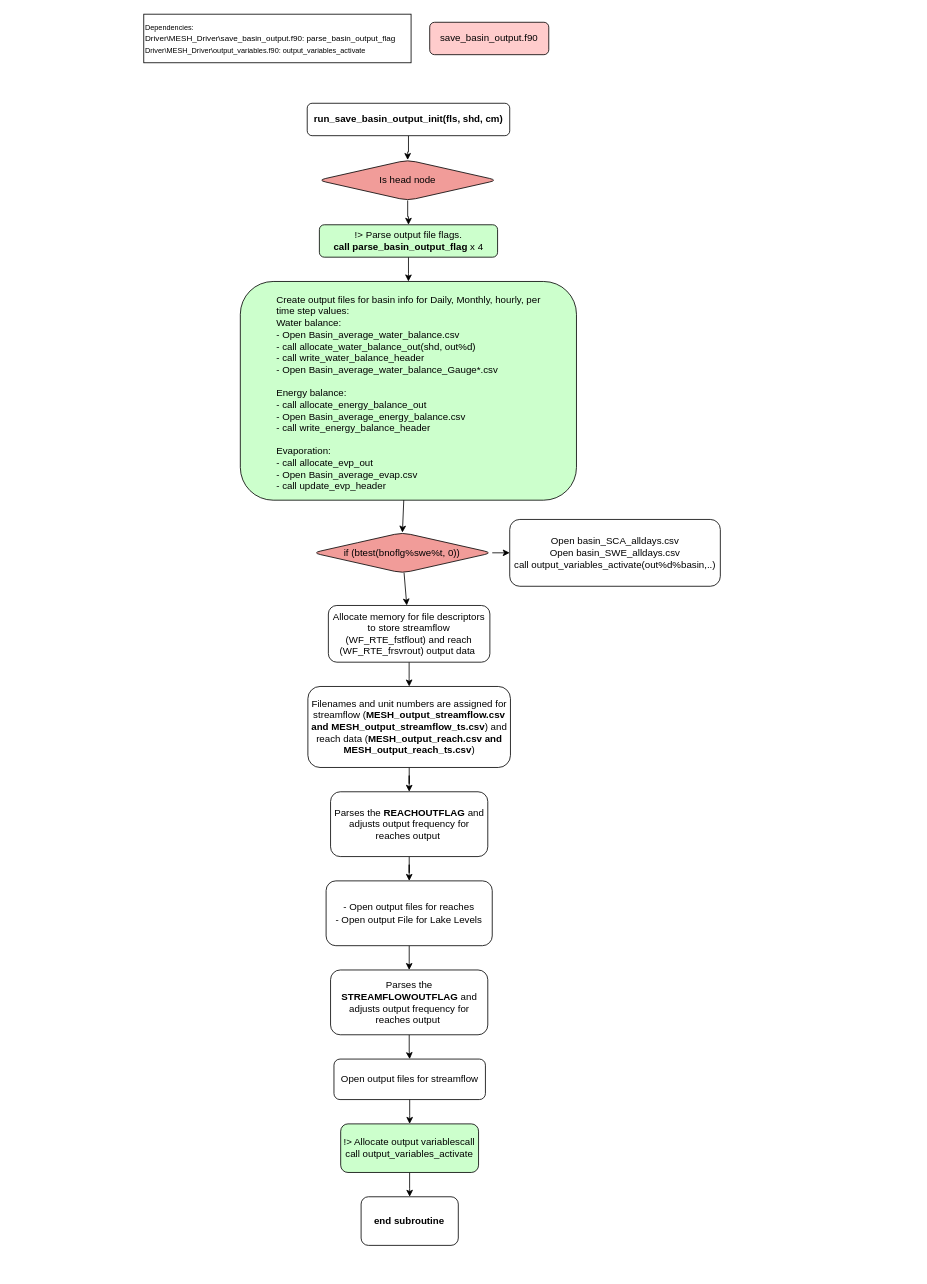
MeshMapping/r1749_Mappings keeps this draw.io diagram as save_basin_output.drawio. Above is the earlier version. Source tidied: cells renumbered, new cells numbered last; positions are measured from the earlier drawing's top-left corner, leaving out a move shared by most shapes. Both pictures are drawn from the tidied source at 81%, with x=0, y=0 at pixel (143, 14).
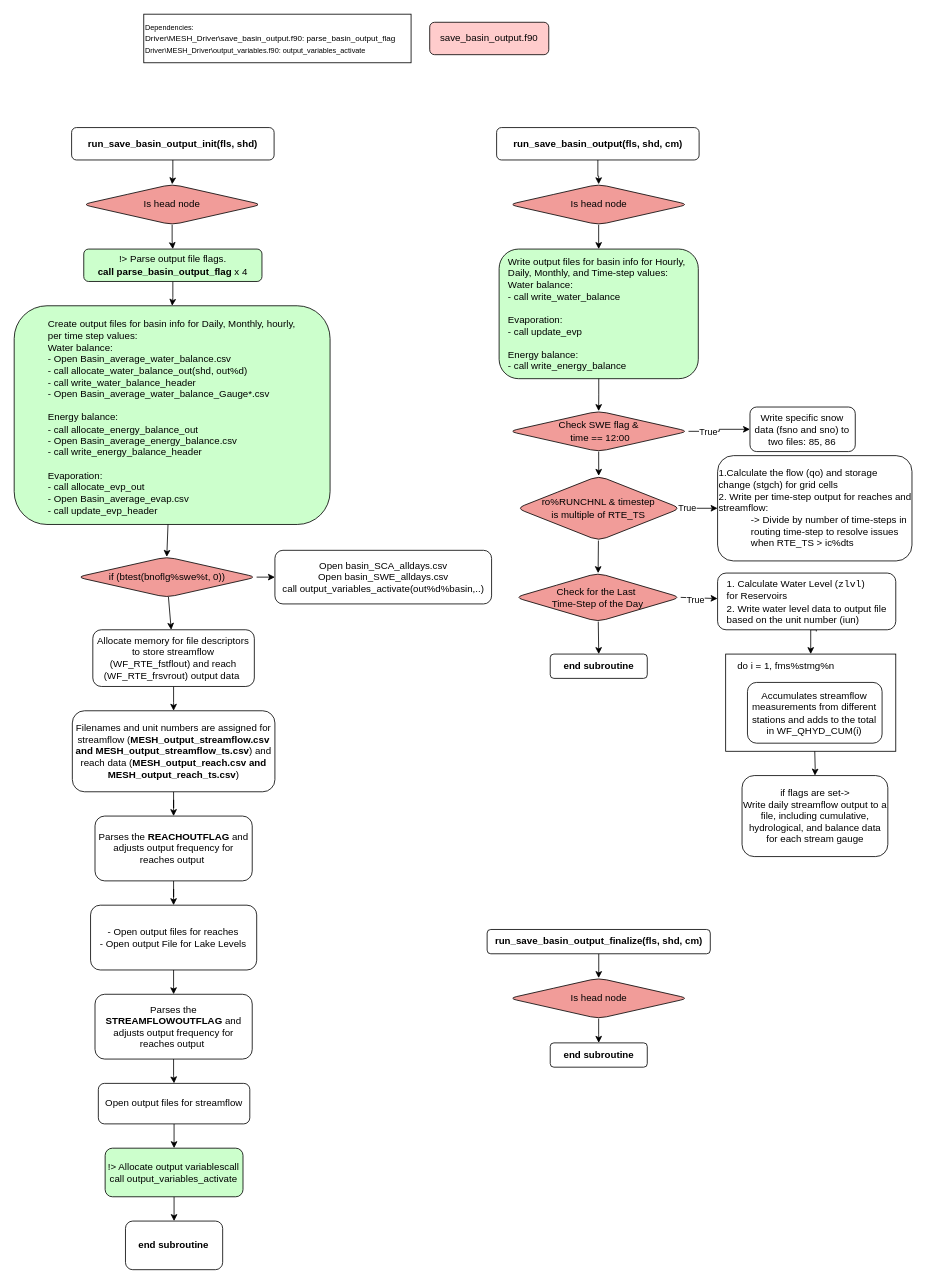
After the change.

The edit, as a diff of the source:
```diff
@@
-    <mxCell id="4" value="run_save_basin_output_init(fls, shd, cm)" style="rounded=1;whiteSpace=wrap;html=1;fontStyle=1;" parent="1" vertex="1">
-      <mxGeometry x="201.8" y="110" width="250" height="40" as="geometry" />
+    <mxCell id="4" value="run_save_basin_output_init(fls, shd)" style="rounded=1;whiteSpace=wrap;html=1;fontStyle=1;" parent="1" vertex="1">
+      <mxGeometry x="-89.1" y="140" width="250" height="40" as="geometry" />
     </mxCell>
@@
     <mxCell id="7" value="&lt;span style=&quot;font-weight: normal;&quot;&gt;Is head node&lt;/span&gt;" style="rhombus;whiteSpace=wrap;html=1;rounded=1;fontStyle=1;fillColor=#F19C99;" parent="1" vertex="1">
-      <mxGeometry x="214.9" y="180" width="221.8" height="50" as="geometry" />
+      <mxGeometry x="-75.9" y="210" width="221.8" height="50" as="geometry" />
     </mxCell>
@@
     <mxCell id="9" value="&lt;span style=&quot;font-weight: normal;&quot;&gt;!&amp;gt; Parse output file flags.&lt;/span&gt;&lt;div&gt;call parse_basin_output_flag&amp;nbsp;&lt;span style=&quot;font-weight: normal;&quot;&gt;x 4&lt;/span&gt;&lt;br&gt;&lt;/div&gt;" style="rounded=1;whiteSpace=wrap;html=1;fontStyle=1;fillColor=#CCFFCC;" parent="1" vertex="1">
-      <mxGeometry x="216.8" y="260" width="220" height="40" as="geometry" />
+      <mxGeometry x="-74.1" y="290" width="220" height="40" as="geometry" />
     </mxCell>
     <mxCell id="10" style="group;" parent="1" vertex="1">
-      <mxGeometry x="119.2" y="330" width="415" height="270" as="geometry" />
+      <mxGeometry x="-160" y="360" width="390" height="270" as="geometry" />
     </mxCell>
     <mxCell id="11" value="&lt;div&gt;&lt;div style=&quot;text-align: left;&quot;&gt;&lt;br&gt;&lt;/div&gt;&lt;/div&gt;" style="whiteSpace=wrap;html=1;fillColor=#CCFFCC;rounded=1;fontStyle=1;" parent="10" vertex="1">
-      <mxGeometry width="415" height="270" as="geometry" />
+      <mxGeometry width="390" height="270" as="geometry" />
     </mxCell>
     <mxCell id="12" value="&lt;div&gt;Create output files for basin info for Daily, Monthly, hourly, per time step values:&lt;/div&gt;&lt;div&gt;Water balance:&lt;/div&gt;&lt;div&gt;- Open Basin_average_water_balance.csv&lt;/div&gt;&lt;div&gt;- call allocate_water_balance_out(shd, out%d)&lt;/div&gt;&lt;div&gt;&lt;span style=&quot;background-color: initial;&quot;&gt;- call write_water_balance_header&lt;/span&gt;&lt;br&gt;&lt;/div&gt;&lt;div&gt;- Open Basin_average_water_balance_Gauge*.csv&lt;span style=&quot;background-color: initial;&quot;&gt;&lt;br&gt;&lt;/span&gt;&lt;/div&gt;&lt;div&gt;&lt;br&gt;&lt;/div&gt;&lt;div&gt;Energy balance:&lt;/div&gt;&lt;div&gt;- call allocate_energy_balance_out&lt;/div&gt;&lt;div&gt;- Open Basin_average_energy_balance.csv&lt;br&gt;&lt;/div&gt;&lt;div&gt;- call write_energy_balance_header&lt;/div&gt;&lt;div&gt;&lt;br&gt;&lt;/div&gt;&lt;div&gt;Evaporation:&lt;/div&gt;&lt;div&gt;- call allocate_evp_out&lt;br&gt;&lt;/div&gt;&lt;div&gt;- Open Basin_average_evap.csv&lt;br&gt;&lt;/div&gt;&lt;div&gt;- call update_evp_header&lt;/div&gt;&lt;div&gt;&lt;br&gt;&lt;/div&gt;" style="text;html=1;align=left;verticalAlign=middle;whiteSpace=wrap;rounded=0;" parent="10" vertex="1">
-      <mxGeometry x="43" y="30" width="337" height="230" as="geometry" />
+      <mxGeometry x="40.4" y="30" width="316.7" height="230" as="geometry" />
     </mxCell>
     <mxCell id="13" value="Open&amp;nbsp;basin_SCA_alldays.csv&lt;div&gt;Open&amp;nbsp;basin_SWE_alldays.csv&lt;br&gt;call output_variables_activate(out%d%basin,..)&lt;br&gt;&lt;/div&gt;" style="rounded=1;whiteSpace=wrap;html=1;" parent="1" vertex="1">
-      <mxGeometry x="451.8" y="623.8" width="260" height="82.5" as="geometry" />
+      <mxGeometry x="161.9" y="661.9" width="267.5" height="66.2" as="geometry" />
     </mxCell>
@@
     <mxCell id="16" value="&lt;span style=&quot;font-weight: 400;&quot;&gt;if (btest(bnoflg%swe%t, 0))&lt;/span&gt;" style="rhombus;whiteSpace=wrap;html=1;rounded=1;fontStyle=1;fillColor=#F19C99;" parent="1" vertex="1">
-      <mxGeometry x="208.4" y="640" width="221.8" height="50" as="geometry" />
+      <mxGeometry x="-82.5" y="670" width="221.8" height="50" as="geometry" />
     </mxCell>
@@
     <mxCell id="19" value="&lt;div&gt;&lt;span style=&quot;font-weight: 400;&quot;&gt;Allocate memory for file descriptors to store streamflow (&lt;/span&gt;&lt;span style=&quot;background-color: initial; font-weight: 400;&quot;&gt;WF_RTE_fstflout)&amp;nbsp;&lt;/span&gt;&lt;span style=&quot;font-weight: 400; background-color: initial;&quot;&gt;and reach (&lt;/span&gt;&lt;span style=&quot;background-color: initial; font-weight: 400;&quot;&gt;WF_RTE_frsvrout)&lt;/span&gt;&lt;span style=&quot;background-color: initial; font-weight: 400;&quot;&gt;&amp;nbsp;output data&amp;nbsp;&lt;/span&gt;&lt;/div&gt;" style="whiteSpace=wrap;html=1;fillColor=#FFFFFF;rounded=1;fontStyle=1;" parent="1" vertex="1">
-      <mxGeometry x="227.9" y="730" width="199.4" height="70" as="geometry" />
+      <mxGeometry x="-62.9" y="760" width="199.4" height="70" as="geometry" />
     </mxCell>
@@
     <mxCell id="21" value="&lt;span style=&quot;font-weight: normal;&quot;&gt;Filenames and unit numbers are assigned for streamflow (&lt;/span&gt;MESH_output_streamflow.csv and MESH_output_streamflow_ts.csv&lt;span style=&quot;font-weight: normal;&quot;&gt;) and reach data (&lt;/span&gt;MESH_output_reach.csv and MESH_output_reach_ts.csv&lt;span style=&quot;font-weight: normal;&quot;&gt;)&lt;/span&gt;" style="whiteSpace=wrap;html=1;fillColor=#FFFFFF;rounded=1;fontStyle=1;" parent="1" vertex="1">
-      <mxGeometry x="202.6" y="830" width="250.1" height="100" as="geometry" />
+      <mxGeometry x="-88.2" y="860" width="250.1" height="100" as="geometry" />
     </mxCell>
@@
     <mxCell id="23" value="&lt;span style=&quot;font-weight: normal;&quot;&gt;Parses the&lt;/span&gt; REACHOUTFLAG &lt;span style=&quot;font-weight: normal;&quot;&gt;and adjusts output frequency for reaches output&amp;nbsp;&lt;/span&gt;" style="whiteSpace=wrap;html=1;fillColor=#FFFFFF;rounded=1;fontStyle=1;" parent="1" vertex="1">
-      <mxGeometry x="230.6" y="960" width="194.1" height="80" as="geometry" />
+      <mxGeometry x="-60.2" y="990" width="194.1" height="80" as="geometry" />
     </mxCell>
@@
     <mxCell id="25" value="&lt;span style=&quot;font-weight: normal;&quot;&gt;- Open output files for reaches&lt;/span&gt;&lt;div&gt;&lt;span style=&quot;font-weight: 400;&quot;&gt;- Open output File for Lake Levels&lt;/span&gt;&lt;br&gt;&lt;/div&gt;" style="whiteSpace=wrap;html=1;fillColor=#FFFFFF;rounded=1;fontStyle=1;" parent="1" vertex="1">
-      <mxGeometry x="225.1" y="1070" width="205.1" height="80" as="geometry" />
+      <mxGeometry x="-65.7" y="1100" width="205.1" height="80" as="geometry" />
     </mxCell>
@@
     <mxCell id="27" value="&lt;span style=&quot;font-weight: normal;&quot;&gt;Parses the&lt;/span&gt; STREAMFLOWOUTFLAG&amp;nbsp;&lt;span style=&quot;font-weight: normal;&quot;&gt;and adjusts output frequency for reaches output&amp;nbsp;&lt;/span&gt;" style="whiteSpace=wrap;html=1;fillColor=#FFFFFF;rounded=1;fontStyle=1;" parent="1" vertex="1">
-      <mxGeometry x="230.6" y="1180" width="194.1" height="80" as="geometry" />
+      <mxGeometry x="-60.2" y="1210" width="194.1" height="80" as="geometry" />
     </mxCell>
@@
     <mxCell id="29" value="&lt;span style=&quot;font-weight: normal;&quot;&gt;Open output files for streamflow&lt;/span&gt;" style="whiteSpace=wrap;html=1;fillColor=#FFFFFF;rounded=1;fontStyle=1;" parent="1" vertex="1">
-      <mxGeometry x="234.8" y="1290" width="187" height="50" as="geometry" />
+      <mxGeometry x="-56.1" y="1320" width="187" height="50" as="geometry" />
     </mxCell>
@@
     <mxCell id="31" value="&lt;div&gt;&lt;span style=&quot;background-color: initial; font-weight: 400;&quot;&gt;!&amp;gt; Allocate output variables&lt;/span&gt;&lt;span style=&quot;background-color: initial; font-weight: normal;&quot;&gt;call call output_variables_activate&lt;/span&gt;&lt;br&gt;&lt;/div&gt;" style="whiteSpace=wrap;html=1;fillColor=#CCFFCC;rounded=1;fontStyle=1;" parent="1" vertex="1">
-      <mxGeometry x="243.1" y="1370" width="170.2" height="60" as="geometry" />
+      <mxGeometry x="-47.7" y="1400" width="170.2" height="60" as="geometry" />
     </mxCell>
     <mxCell id="32" value="end subroutine" style="whiteSpace=wrap;html=1;fillColor=#FFFFFF;rounded=1;fontStyle=1;" parent="1" vertex="1">
-      <mxGeometry x="268.3" y="1460" width="120" height="60" as="geometry" />
+      <mxGeometry x="-22.6" y="1490" width="120" height="60" as="geometry" />
     </mxCell>
+    <mxCell id="33" style="edgeStyle=orthogonalEdgeStyle;rounded=0;jettySize=auto;html=1;exitX=0.5;exitY=1;exitDx=0;exitDy=0;" parent="1" edge="1" source="34" target="36">
+      <mxGeometry relative="1" as="geometry" />
+    </mxCell>
+    <mxCell id="34" value="run_save_basin_output(fls, shd, cm)" style="rounded=1;whiteSpace=wrap;html=1;fontStyle=1;" parent="1" vertex="1">
+      <mxGeometry x="435.6" y="140" width="250" height="40" as="geometry" />
+    </mxCell>
+    <mxCell id="35" style="edgeStyle=orthogonalEdgeStyle;rounded=0;jettySize=auto;html=1;entryX=0.5;entryY=0;entryDx=0;entryDy=0;" parent="1" edge="1" source="36" target="38">
+      <mxGeometry relative="1" as="geometry" />
+    </mxCell>
+    <mxCell id="36" value="&lt;span style=&quot;font-weight: normal;&quot;&gt;Is head node&lt;/span&gt;" style="rhombus;whiteSpace=wrap;html=1;rounded=1;fontStyle=1;fillColor=#F19C99;" parent="1" vertex="1">
+      <mxGeometry x="450.7" y="210" width="221.8" height="50" as="geometry" />
+    </mxCell>
+    <mxCell id="37" style="group;fillColor=#FFFFFF;" parent="1" vertex="1">
+      <mxGeometry x="438.7" y="290" width="245.9" height="160" as="geometry" />
+    </mxCell>
+    <mxCell id="38" value="&lt;div&gt;&lt;br&gt;&lt;/div&gt;" style="rounded=1;whiteSpace=wrap;html=1;fontStyle=1;fillColor=#CCFFCC;" parent="37" vertex="1">
+      <mxGeometry width="245.9" height="160" as="geometry" />
+    </mxCell>
+    <mxCell id="39" value="&lt;div&gt;Write output files for basin info for&amp;nbsp;&lt;span style=&quot;background-color: initial;&quot;&gt;Hourly,&amp;nbsp;&lt;/span&gt;&lt;/div&gt;&lt;div&gt;&lt;span style=&quot;background-color: initial;&quot;&gt;Daily, Monthly, and Time-step values:&lt;/span&gt;&lt;/div&gt;&lt;div&gt;Water balance:&lt;/div&gt;&lt;div&gt;- call write_water_balance&lt;/div&gt;&lt;div&gt;&lt;br&gt;&lt;/div&gt;&lt;div&gt;&lt;div&gt;Evaporation:&lt;/div&gt;&lt;div&gt;- call&amp;nbsp;update_evp&lt;/div&gt;&lt;/div&gt;&lt;div&gt;&lt;br&gt;&lt;/div&gt;&lt;div&gt;Energy balance:&lt;/div&gt;&lt;div&gt;-&amp;nbsp;&lt;span style=&quot;background-color: initial;&quot;&gt;call write_energy_balance&lt;/span&gt;&lt;/div&gt;" style="text;html=1;align=left;verticalAlign=middle;whiteSpace=wrap;rounded=0;" parent="37" vertex="1">
+      <mxGeometry x="8.8" y="9.4" width="228.3" height="141.2" as="geometry" />
+    </mxCell>
+    <mxCell id="40" style="edgeStyle=orthogonalEdgeStyle;rounded=0;jettySize=auto;html=1;" parent="1" edge="1" source="43" target="45">
+      <mxGeometry relative="1" as="geometry" />
+    </mxCell>
+    <mxCell id="41" value="True" style="edgeLabel;html=1;align=center;verticalAlign=middle;" parent="40" vertex="1">
+      <mxGeometry x="-0.38" relative="1" as="geometry" />
+    </mxCell>
+    <mxCell id="42" style="rounded=0;jettySize=auto;html=1;entryX=0.5;entryY=0;entryDx=0;entryDy=0;" parent="1" edge="1" source="43" target="49">
+      <mxGeometry relative="1" as="geometry" />
+    </mxCell>
+    <mxCell id="43" value="&lt;span style=&quot;font-weight: normal;&quot;&gt;Check SWE flag &amp;amp;&lt;/span&gt;&lt;div&gt;&lt;span style=&quot;font-weight: normal;&quot;&gt;&amp;nbsp;time == 12:00&lt;/span&gt;&lt;/div&gt;" style="rhombus;whiteSpace=wrap;html=1;rounded=1;fontStyle=1;fillColor=#F19C99;" parent="1" vertex="1">
+      <mxGeometry x="450.7" y="490" width="221.8" height="50" as="geometry" />
+    </mxCell>
+    <mxCell id="44" style="edgeStyle=orthogonalEdgeStyle;rounded=0;jettySize=auto;html=1;entryX=0.5;entryY=0;entryDx=0;entryDy=0;" parent="1" edge="1" source="38" target="43">
+      <mxGeometry relative="1" as="geometry" />
+    </mxCell>
+    <mxCell id="45" value="&lt;span style=&quot;font-weight: normal;&quot;&gt;Write specific snow data (fsno and sno) to two files: 85, 86&lt;/span&gt;" style="whiteSpace=wrap;html=1;fillColor=#FFFFFF;rounded=1;fontStyle=1;" parent="1" vertex="1">
+      <mxGeometry x="748.4" y="485" width="130" height="55" as="geometry" />
+    </mxCell>
+    <mxCell id="46" style="edgeStyle=orthogonalEdgeStyle;rounded=0;jettySize=auto;html=1;" parent="1" edge="1" source="49" target="50">
+      <mxGeometry relative="1" as="geometry" />
+    </mxCell>
+    <mxCell id="47" value="True" style="edgeLabel;html=1;align=center;verticalAlign=middle;" parent="46" vertex="1">
+      <mxGeometry x="-0.63" y="1" relative="1" as="geometry" />
+    </mxCell>
+    <mxCell id="48" style="rounded=0;jettySize=auto;html=1;" parent="1" edge="1" source="49" target="53">
+      <mxGeometry relative="1" as="geometry" />
+    </mxCell>
+    <mxCell id="49" value="&lt;span style=&quot;font-weight: 400;&quot;&gt;ro%RUNCHNL &amp;amp;&amp;nbsp;&lt;/span&gt;&lt;span style=&quot;background-color: initial; font-weight: 400;&quot;&gt;timestep&lt;/span&gt;&lt;div&gt;&lt;span style=&quot;background-color: initial; font-weight: 400;&quot;&gt;&amp;nbsp;is multiple of&amp;nbsp;&lt;/span&gt;&lt;span style=&quot;background-color: initial; font-weight: 400;&quot;&gt;RTE_TS&lt;/span&gt;&lt;span style=&quot;background-color: initial; font-weight: 400;&quot;&gt;&amp;nbsp;&lt;/span&gt;&lt;/div&gt;" style="rhombus;whiteSpace=wrap;html=1;rounded=1;fontStyle=1;fillColor=#F19C99;" parent="1" vertex="1">
+      <mxGeometry x="460.4" y="570" width="202.5" height="80" as="geometry" />
+    </mxCell>
+    <mxCell id="50" value="&lt;span style=&quot;font-weight: normal;&quot;&gt;1.Calculate the flow (qo) and storage change (stgch) for grid cells&lt;/span&gt;&lt;div&gt;&lt;span style=&quot;font-weight: normal;&quot;&gt;2. &lt;/span&gt;&lt;span style=&quot;font-weight: 400;&quot;&gt;Write per time-step output for reaches and streamflow:&lt;/span&gt;&lt;br&gt;&lt;/div&gt;&lt;blockquote style=&quot;margin: 0 0 0 40px; border: none; padding: 0px;&quot;&gt;&lt;div&gt;&lt;span style=&quot;background-color: initial; font-weight: 400;&quot;&gt;-&amp;gt; Divide by number of time-steps in routing time-step to resolve issues when RTE_TS &amp;gt; ic%dts&lt;/span&gt;&lt;/div&gt;&lt;/blockquote&gt;" style="whiteSpace=wrap;html=1;fillColor=#FFFFFF;rounded=1;fontStyle=1;align=left;" parent="1" vertex="1">
+      <mxGeometry x="708.4" y="545" width="240" height="130" as="geometry" />
+    </mxCell>
+    <mxCell id="51" style="edgeStyle=orthogonalEdgeStyle;rounded=0;jettySize=auto;html=1;entryX=0.5;entryY=0;entryDx=0;entryDy=0;exitX=0.533;exitY=1.029;exitDx=0;exitDy=0;exitPerimeter=0;" parent="1" edge="1" source="56" target="60">
+      <mxGeometry relative="1" as="geometry">
+        <Array as="points">
+          <mxPoint x="830.4" y="760" />
+          <mxPoint x="823.4" y="760" />
+        </Array>
+      </mxGeometry>
+    </mxCell>
+    <mxCell id="52" style="rounded=0;jettySize=auto;html=1;entryX=0.5;entryY=0;entryDx=0;entryDy=0;" parent="1" edge="1" source="53" target="65">
+      <mxGeometry relative="1" as="geometry" />
+    </mxCell>
+    <mxCell id="53" value="&lt;span style=&quot;font-weight: 400;&quot;&gt;Check for the Last&amp;nbsp;&lt;/span&gt;&lt;div&gt;&lt;span style=&quot;font-weight: 400;&quot;&gt;Time-Step of the Day&lt;/span&gt;&lt;/div&gt;" style="rhombus;whiteSpace=wrap;html=1;rounded=1;fontStyle=1;fillColor=#F19C99;" parent="1" vertex="1">
+      <mxGeometry x="458.4" y="690" width="204.5" height="60" as="geometry" />
+    </mxCell>
+    <mxCell id="54" style="group;" parent="1" vertex="1">
+      <mxGeometry x="708.4" y="690" width="220" height="75" as="geometry" />
+    </mxCell>
+    <mxCell id="55" style="whiteSpace=wrap;html=1;fillColor=#FFFFFF;rounded=1;fontStyle=1;" parent="54" vertex="1">
+      <mxGeometry width="220" height="70" as="geometry" />
+    </mxCell>
+    <mxCell id="56" value="1. Calculate Water Level (&lt;code&gt;zlvl&lt;/code&gt;) for&amp;nbsp;Reservoirs&lt;div&gt;2. Write water level data to output file based on the unit number (iun)&lt;/div&gt;" style="text;whiteSpace=wrap;html=1;" parent="54" vertex="1">
+      <mxGeometry x="10" width="210" height="70" as="geometry" />
+    </mxCell>
+    <mxCell id="57" style="rounded=0;jettySize=auto;html=1;exitX=1;exitY=0.5;exitDx=0;exitDy=0;" parent="1" edge="1" source="53" target="55">
+      <mxGeometry relative="1" as="geometry" />
+    </mxCell>
+    <mxCell id="58" value="True" style="edgeLabel;html=1;align=center;verticalAlign=middle;" parent="57" vertex="1">
+      <mxGeometry x="-0.23" y="-2" relative="1" as="geometry" />
+    </mxCell>
+    <mxCell id="59" style="group;" parent="1" vertex="1">
+      <mxGeometry x="718.4" y="790" width="210" height="120" as="geometry" />
+    </mxCell>
+    <mxCell id="60" style="rounded=0;whiteSpace=wrap;html=1;" parent="59" vertex="1">
+      <mxGeometry width="210" height="120" as="geometry" />
+    </mxCell>
+    <mxCell id="61" value="&lt;span style=&quot;font-weight: normal;&quot;&gt;Accumulates&amp;nbsp;streamflow measurements from different stations and adds to the total in&amp;nbsp;&lt;/span&gt;&lt;span style=&quot;font-weight: 400;&quot;&gt;WF_QHYD_CUM(i)&lt;/span&gt;" style="whiteSpace=wrap;html=1;fillColor=#FFFFFF;rounded=1;fontStyle=1;" parent="59" vertex="1">
+      <mxGeometry x="26.9" y="35" width="166.2" height="75" as="geometry" />
+    </mxCell>
+    <mxCell id="62" value="do i = 1, fms%stmg%n" style="text;html=1;align=center;verticalAlign=middle;whiteSpace=wrap;rounded=0;" parent="59" vertex="1">
+      <mxGeometry x="10" y="10" width="130" height="10" as="geometry" />
+    </mxCell>
+    <mxCell id="63" value="&lt;span style=&quot;font-weight: normal;&quot;&gt;if flags are set-&amp;gt;&lt;/span&gt;&lt;div&gt;&lt;span style=&quot;font-weight: normal;&quot;&gt;Write daily streamflow output to a file, including cumulative, hydrological, and balance data for each stream gauge&lt;/span&gt;&lt;/div&gt;" style="whiteSpace=wrap;html=1;fillColor=#FFFFFF;rounded=1;fontStyle=1;" parent="1" vertex="1">
+      <mxGeometry x="738.6" y="940" width="180" height="100" as="geometry" />
+    </mxCell>
+    <mxCell id="64" style="edgeStyle=orthogonalEdgeStyle;rounded=0;jettySize=auto;html=1;" parent="1" edge="1" target="63">
+      <mxGeometry relative="1" as="geometry">
+        <mxPoint x="828.4" y="910" as="sourcePoint" />
+      </mxGeometry>
+    </mxCell>
+    <mxCell id="65" value="end subroutine" style="whiteSpace=wrap;html=1;fillColor=#FFFFFF;rounded=1;fontStyle=1;" parent="1" vertex="1">
+      <mxGeometry x="501.8" y="790" width="119.8" height="30" as="geometry" />
+    </mxCell>
+    <mxCell id="66" style="edgeStyle=orthogonalEdgeStyle;rounded=0;jettySize=auto;html=1;entryX=0.5;entryY=0;entryDx=0;entryDy=0;" parent="1" edge="1" source="67" target="69">
+      <mxGeometry relative="1" as="geometry" />
+    </mxCell>
+    <mxCell id="67" value="run_save_basin_output_finalize(fls, shd, cm)" style="rounded=1;whiteSpace=wrap;html=1;fontStyle=1;" parent="1" vertex="1">
+      <mxGeometry x="423.9" y="1130" width="275.5" height="30" as="geometry" />
+    </mxCell>
+    <mxCell id="68" style="edgeStyle=orthogonalEdgeStyle;rounded=0;jettySize=auto;html=1;entryX=0.5;entryY=0;entryDx=0;entryDy=0;" parent="1" edge="1" source="69" target="70">
+      <mxGeometry relative="1" as="geometry" />
+    </mxCell>
+    <mxCell id="69" value="&lt;span style=&quot;font-weight: normal;&quot;&gt;Is head node&lt;/span&gt;" style="rhombus;whiteSpace=wrap;html=1;rounded=1;fontStyle=1;fillColor=#F19C99;" parent="1" vertex="1">
+      <mxGeometry x="450.7" y="1190" width="221.8" height="50" as="geometry" />
+    </mxCell>
+    <mxCell id="70" value="end subroutine" style="whiteSpace=wrap;html=1;fillColor=#FFFFFF;rounded=1;fontStyle=1;" parent="1" vertex="1">
+      <mxGeometry x="501.8" y="1270" width="119.8" height="30" as="geometry" />
+    </mxCell>
```
